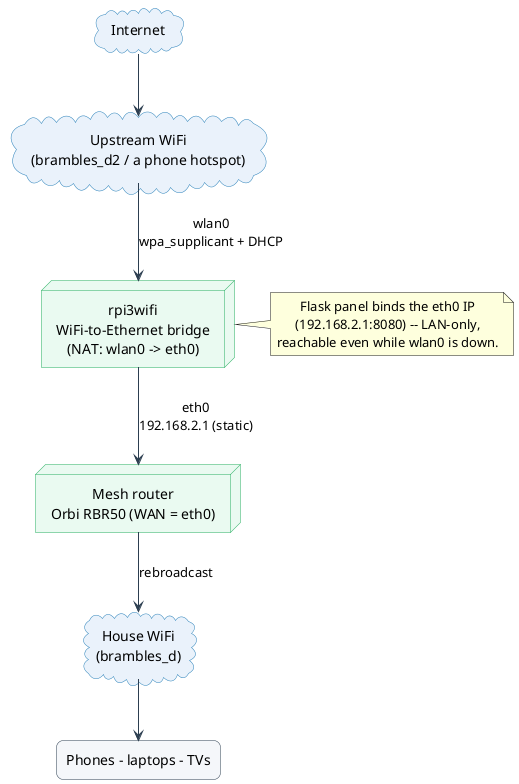
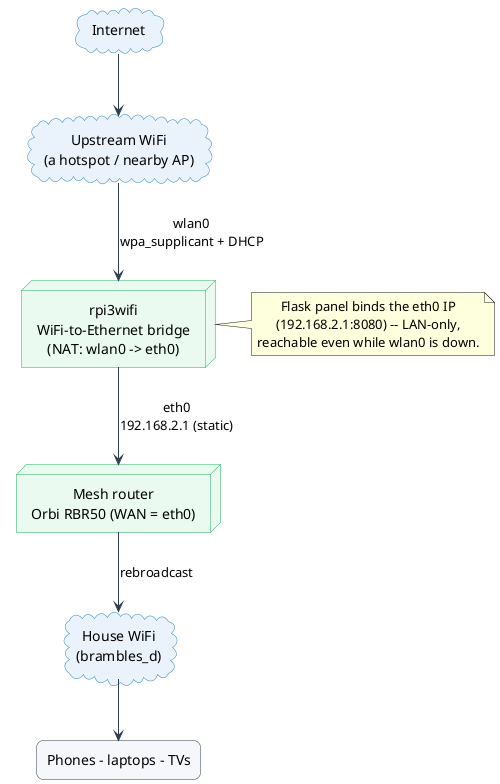
@startuml
' Source of truth for the README topology diagram.
' Render: curl -sS -X POST -H "Content-Type: text/plain" \
'   --data-binary @bridge-topology.puml https://kroki.io/plantuml/png -o bridge-topology.png
skinparam backgroundColor transparent
skinparam shadowing false
skinparam defaultTextAlignment center
skinparam ArrowColor #2c3e50
skinparam rectangle {
  RoundCorner 14
  BorderColor #2c3e50
  BackgroundColor #f5f7fa
}
skinparam cloud {
  BorderColor #2980b9
  BackgroundColor #eaf2fb
}
skinparam node {
  BorderColor #27ae60
  BackgroundColor #eafaf1
}

cloud "Internet" as inet
- cloud "Upstream WiFi\n(brambles_d2 / a phone hotspot)" as up
+ cloud "Upstream WiFi\n(a hotspot / nearby AP)" as up
node "rpi3wifi\nWiFi-to-Ethernet bridge\n(NAT: wlan0 -> eth0)" as pi
node "Mesh router\nOrbi RBR50 (WAN = eth0)" as orbi
cloud "House WiFi\n(brambles_d)" as house
rectangle "Phones - laptops - TVs" as devices

inet --> up
up --> pi : wlan0\nwpa_supplicant + DHCP
pi --> orbi : eth0\n192.168.2.1 (static)
orbi --> house : rebroadcast
house --> devices

note right of pi
  Flask panel binds the eth0 IP
  (192.168.2.1:8080) -- LAN-only,
  reachable even while wlan0 is down.
end note
@enduml
